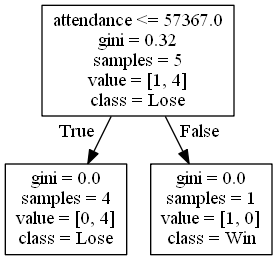
Above: DecisionTrees/Pac-12decision_tree_no_score9.png in alexana-steck/CSE482Project (Graphviz), before the change. Its source is kept beside it as DecisionTrees/Pac-12decision_tree_no_score9.dot.
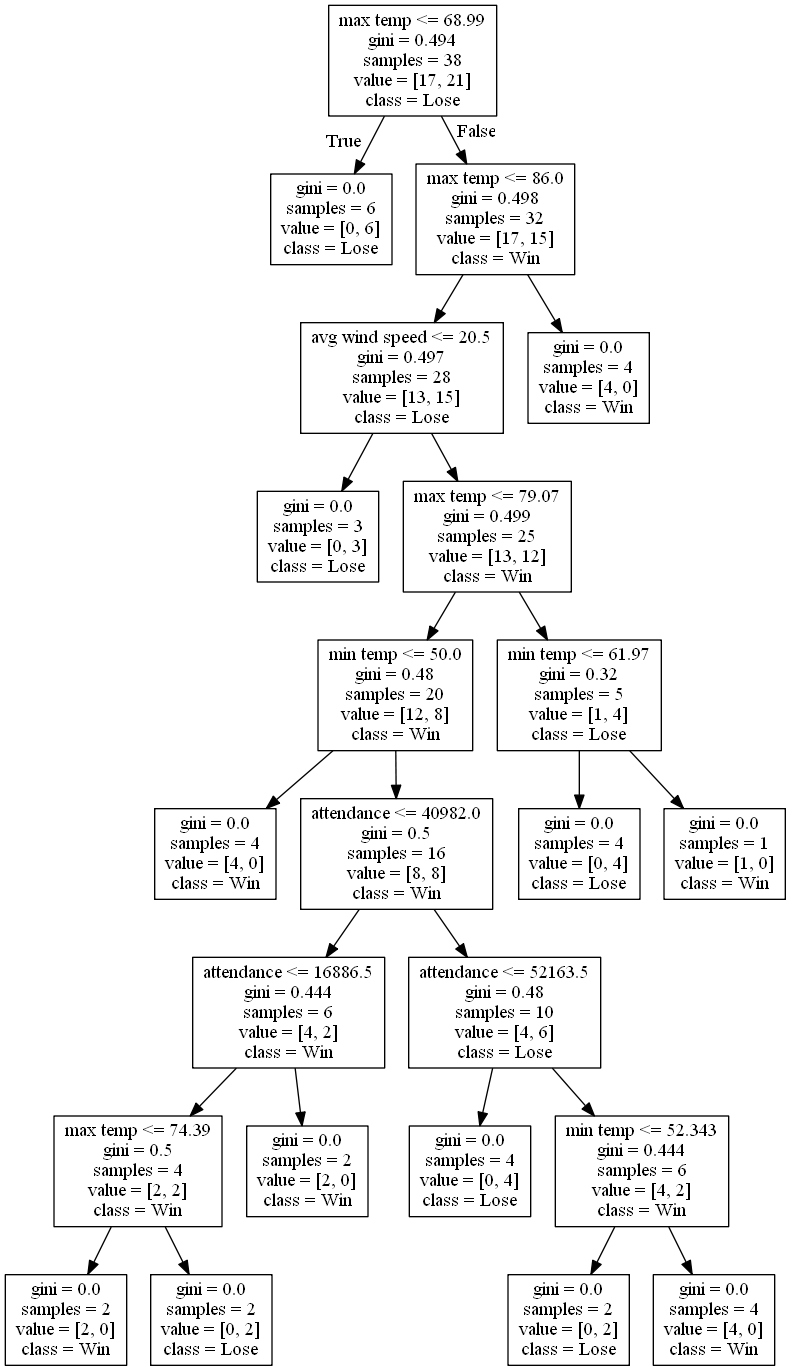
The same file after the commit.

What changed in the source:
```diff
@@ -1,8 +1,48 @@
 digraph Tree {
 node [shape=box] ;
-0 [label="attendance <= 57367.0\ngini = 0.32\nsamples = 5\nvalue = [1, 4]\nclass = Lose"] ;
-1 [label="gini = 0.0\nsamples = 4\nvalue = [0, 4]\nclass = Lose"] ;
+0 [label="max temp <= 68.99\ngini = 0.494\nsamples = 38\nvalue = [17, 21]\nclass = Lose"] ;
+1 [label="gini = 0.0\nsamples = 6\nvalue = [0, 6]\nclass = Lose"] ;
 0 -> 1 [labeldistance=2.5, labelangle=45, headlabel="True"] ;
-2 [label="gini = 0.0\nsamples = 1\nvalue = [1, 0]\nclass = Win"] ;
+2 [label="max temp <= 86.0\ngini = 0.498\nsamples = 32\nvalue = [17, 15]\nclass = Win"] ;
 0 -> 2 [labeldistance=2.5, labelangle=-45, headlabel="False"] ;
+3 [label="avg wind speed <= 20.5\ngini = 0.497\nsamples = 28\nvalue = [13, 15]\nclass = Lose"] ;
+2 -> 3 ;
+4 [label="gini = 0.0\nsamples = 3\nvalue = [0, 3]\nclass = Lose"] ;
+3 -> 4 ;
+5 [label="max temp <= 79.07\ngini = 0.499\nsamples = 25\nvalue = [13, 12]\nclass = Win"] ;
+3 -> 5 ;
+6 [label="min temp <= 50.0\ngini = 0.48\nsamples = 20\nvalue = [12, 8]\nclass = Win"] ;
+5 -> 6 ;
+7 [label="gini = 0.0\nsamples = 4\nvalue = [4, 0]\nclass = Win"] ;
+6 -> 7 ;
+8 [label="attendance <= 40982.0\ngini = 0.5\nsamples = 16\nvalue = [8, 8]\nclass = Win"] ;
+6 -> 8 ;
+9 [label="attendance <= 16886.5\ngini = 0.444\nsamples = 6\nvalue = [4, 2]\nclass = Win"] ;
+8 -> 9 ;
+10 [label="max temp <= 74.39\ngini = 0.5\nsamples = 4\nvalue = [2, 2]\nclass = Win"] ;
+9 -> 10 ;
+11 [label="gini = 0.0\nsamples = 2\nvalue = [2, 0]\nclass = Win"] ;
+10 -> 11 ;
+12 [label="gini = 0.0\nsamples = 2\nvalue = [0, 2]\nclass = Lose"] ;
+10 -> 12 ;
+13 [label="gini = 0.0\nsamples = 2\nvalue = [2, 0]\nclass = Win"] ;
+9 -> 13 ;
+14 [label="attendance <= 52163.5\ngini = 0.48\nsamples = 10\nvalue = [4, 6]\nclass = Lose"] ;
+8 -> 14 ;
+15 [label="gini = 0.0\nsamples = 4\nvalue = [0, 4]\nclass = Lose"] ;
+14 -> 15 ;
+16 [label="min temp <= 52.343\ngini = 0.444\nsamples = 6\nvalue = [4, 2]\nclass = Win"] ;
+14 -> 16 ;
+17 [label="gini = 0.0\nsamples = 2\nvalue = [0, 2]\nclass = Lose"] ;
+16 -> 17 ;
+18 [label="gini = 0.0\nsamples = 4\nvalue = [4, 0]\nclass = Win"] ;
+16 -> 18 ;
+19 [label="min temp <= 61.97\ngini = 0.32\nsamples = 5\nvalue = [1, 4]\nclass = Lose"] ;
+5 -> 19 ;
+20 [label="gini = 0.0\nsamples = 4\nvalue = [0, 4]\nclass = Lose"] ;
+19 -> 20 ;
+21 [label="gini = 0.0\nsamples = 1\nvalue = [1, 0]\nclass = Win"] ;
+19 -> 21 ;
+22 [label="gini = 0.0\nsamples = 4\nvalue = [4, 0]\nclass = Win"] ;
+2 -> 22 ;
 }
```
